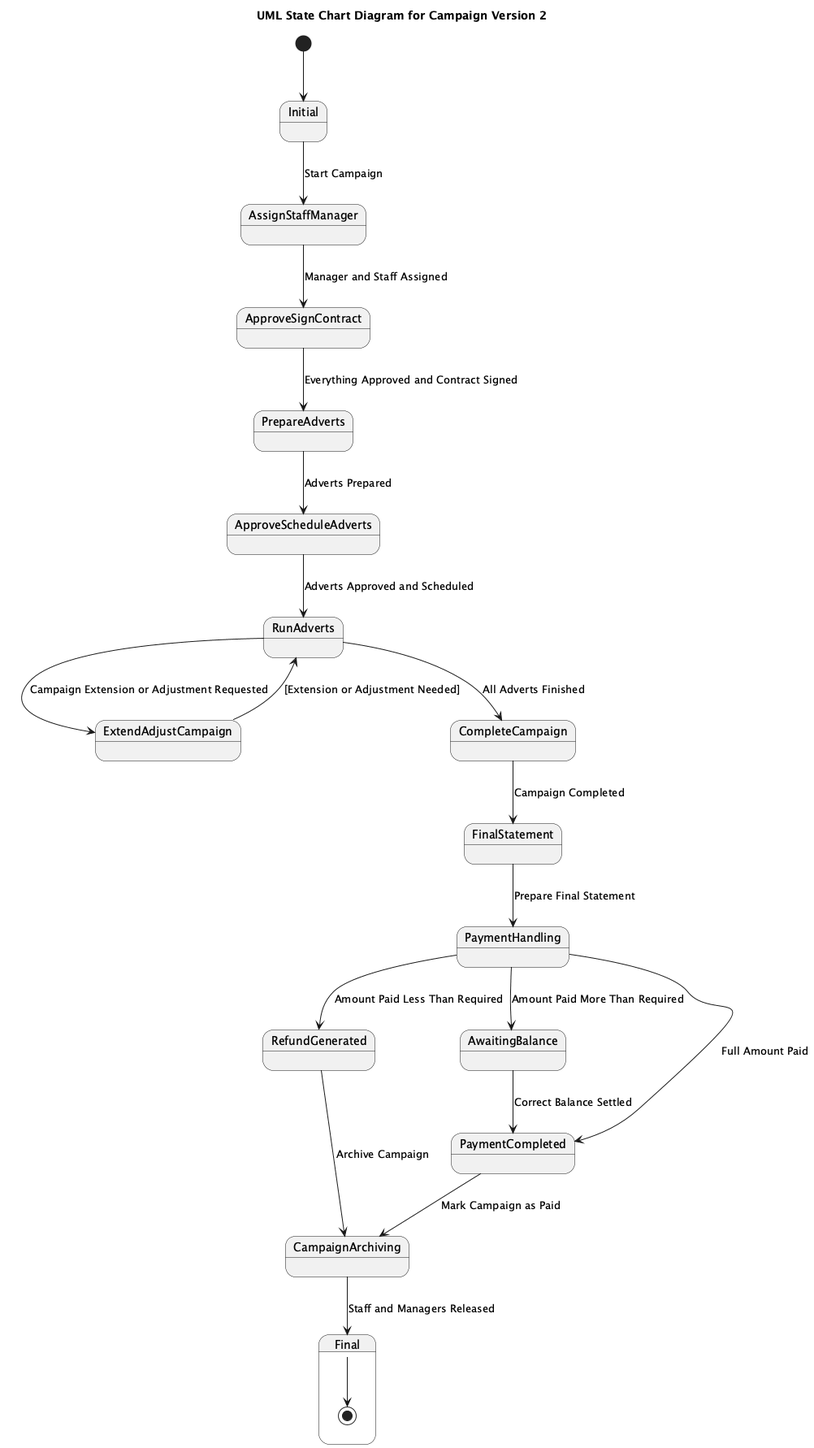
maimunafaria/State_transition_Diagram_generated_by_LLM keeps this PlantUML diagram as results/plantuml_pipeline/ensemble_stacked_llm/runs/ensemble__all_methods__candidate_pool__stacked_llm/case_78_class_campaign_version_2/ensemble.png. Above is the earlier version. The source it was exported from:
```plantuml
@startuml
title UML State Chart Diagram for Campaign Version 2

[*] --> Initial

state Initial {
    Initial --> AssignStaffManager : Start Campaign
}

state AssignStaffManager {
    AssignStaffManager --> ApproveSignContract : Manager and Staff Assigned
}

state ApproveSignContract {
    ApproveSignContract --> PrepareAdverts : Everything Approved and Contract Signed
}

state PrepareAdverts {
    PrepareAdverts --> ApproveScheduleAdverts : Adverts Prepared
}

state ApproveScheduleAdverts {
    ApproveScheduleAdverts --> RunAdverts : Adverts Approved and Scheduled
}

state RunAdverts {
    RunAdverts --> ExtendAdjustCampaign : Campaign Extension or Adjustment Requested
    RunAdverts --> CompleteCampaign : All Adverts Finished
}

state ExtendAdjustCampaign {
    ExtendAdjustCampaign --> RunAdverts : [Extension or Adjustment Needed]
}

state CompleteCampaign {
    CompleteCampaign --> FinalStatement : Campaign Completed
}

state FinalStatement {
    FinalStatement --> PaymentHandling : Prepare Final Statement
}

state PaymentHandling {
    PaymentHandling --> RefundGenerated : Amount Paid Less Than Required
    PaymentHandling --> AwaitingBalance : Amount Paid More Than Required
    PaymentHandling --> PaymentCompleted : Full Amount Paid
}

state RefundGenerated {
    RefundGenerated --> CampaignArchiving : Archive Campaign
}

state AwaitingBalance {
    AwaitingBalance --> PaymentCompleted : Correct Balance Settled
}

state PaymentCompleted {
    PaymentCompleted --> CampaignArchiving : Mark Campaign as Paid
}

state CampaignArchiving {
    CampaignArchiving --> Final : Staff and Managers Released
}

state Final {
    Final --> [*]
}

@enduml
```
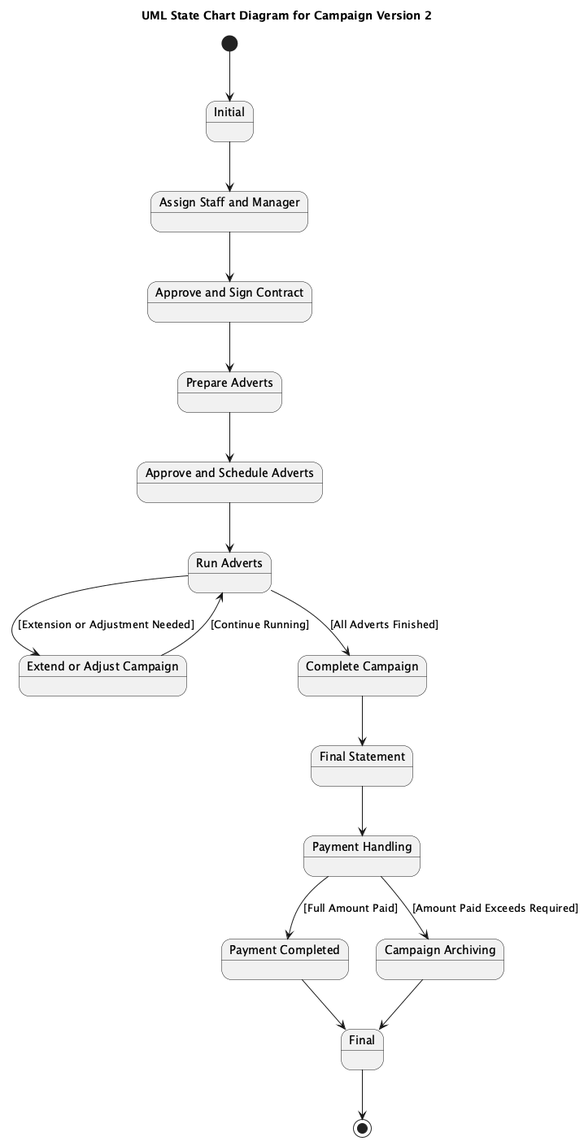
The same diagram one commit later.

Diff of the diagram source:
```diff
@@ -1,69 +1,48 @@
 @startuml
 title UML State Chart Diagram for Campaign Version 2
 
+state "Initial" as Initial
+state "Assign Staff and Manager" as AssignStaffManager
+state "Approve and Sign Contract" as ApproveSignContract
+state "Prepare Adverts" as PrepareAdverts
+state "Approve and Schedule Adverts" as ApproveScheduleAdverts
+state "Run Adverts" as RunAdverts
+state "Extend or Adjust Campaign" as ExtendAdjustCampaign
+state "Complete Campaign" as CompleteCampaign
+state "Final Statement" as FinalStatement
+state "Payment Handling" as PaymentHandling
+state "Payment Completed" as PaymentCompleted
+state "Campaign Archiving" as CampaignArchiving
+state "Final" as Final
+
 [*] --> Initial
 
-state Initial {
-    Initial --> AssignStaffManager : Start Campaign
-}
+Initial --> AssignStaffManager
 
-state AssignStaffManager {
-    AssignStaffManager --> ApproveSignContract : Manager and Staff Assigned
-}
+AssignStaffManager --> ApproveSignContract
 
-state ApproveSignContract {
-    ApproveSignContract --> PrepareAdverts : Everything Approved and Contract Signed
-}
+ApproveSignContract --> PrepareAdverts
 
-state PrepareAdverts {
-    PrepareAdverts --> ApproveScheduleAdverts : Adverts Prepared
-}
+PrepareAdverts --> ApproveScheduleAdverts
 
-state ApproveScheduleAdverts {
-    ApproveScheduleAdverts --> RunAdverts : Adverts Approved and Scheduled
-}
+ApproveScheduleAdverts --> RunAdverts
 
-state RunAdverts {
-    RunAdverts --> ExtendAdjustCampaign : Campaign Extension or Adjustment Requested
-    RunAdverts --> CompleteCampaign : All Adverts Finished
-}
+RunAdverts --> ExtendAdjustCampaign : [Extension or Adjustment Needed]
 
-state ExtendAdjustCampaign {
-    ExtendAdjustCampaign --> RunAdverts : [Extension or Adjustment Needed]
-}
+ExtendAdjustCampaign --> RunAdverts : [Continue Running]
 
-state CompleteCampaign {
-    CompleteCampaign --> FinalStatement : Campaign Completed
-}
+RunAdverts --> CompleteCampaign : [All Adverts Finished]
 
-state FinalStatement {
-    FinalStatement --> PaymentHandling : Prepare Final Statement
-}
+CompleteCampaign --> FinalStatement
 
-state PaymentHandling {
-    PaymentHandling --> RefundGenerated : Amount Paid Less Than Required
-    PaymentHandling --> AwaitingBalance : Amount Paid More Than Required
-    PaymentHandling --> PaymentCompleted : Full Amount Paid
-}
+FinalStatement --> PaymentHandling
 
-state RefundGenerated {
-    RefundGenerated --> CampaignArchiving : Archive Campaign
-}
+PaymentHandling --> PaymentCompleted : [Full Amount Paid]
+PaymentHandling --> CampaignArchiving : [Amount Paid Exceeds Required]
 
-state AwaitingBalance {
-    AwaitingBalance --> PaymentCompleted : Correct Balance Settled
-}
+PaymentCompleted --> Final
+CampaignArchiving --> Final
 
-state PaymentCompleted {
-    PaymentCompleted --> CampaignArchiving : Mark Campaign as Paid
-}
-
-state CampaignArchiving {
-    CampaignArchiving --> Final : Staff and Managers Released
-}
-
-state Final {
-    Final --> [*]
-}
+Final --> [*]
 
 @enduml
```
